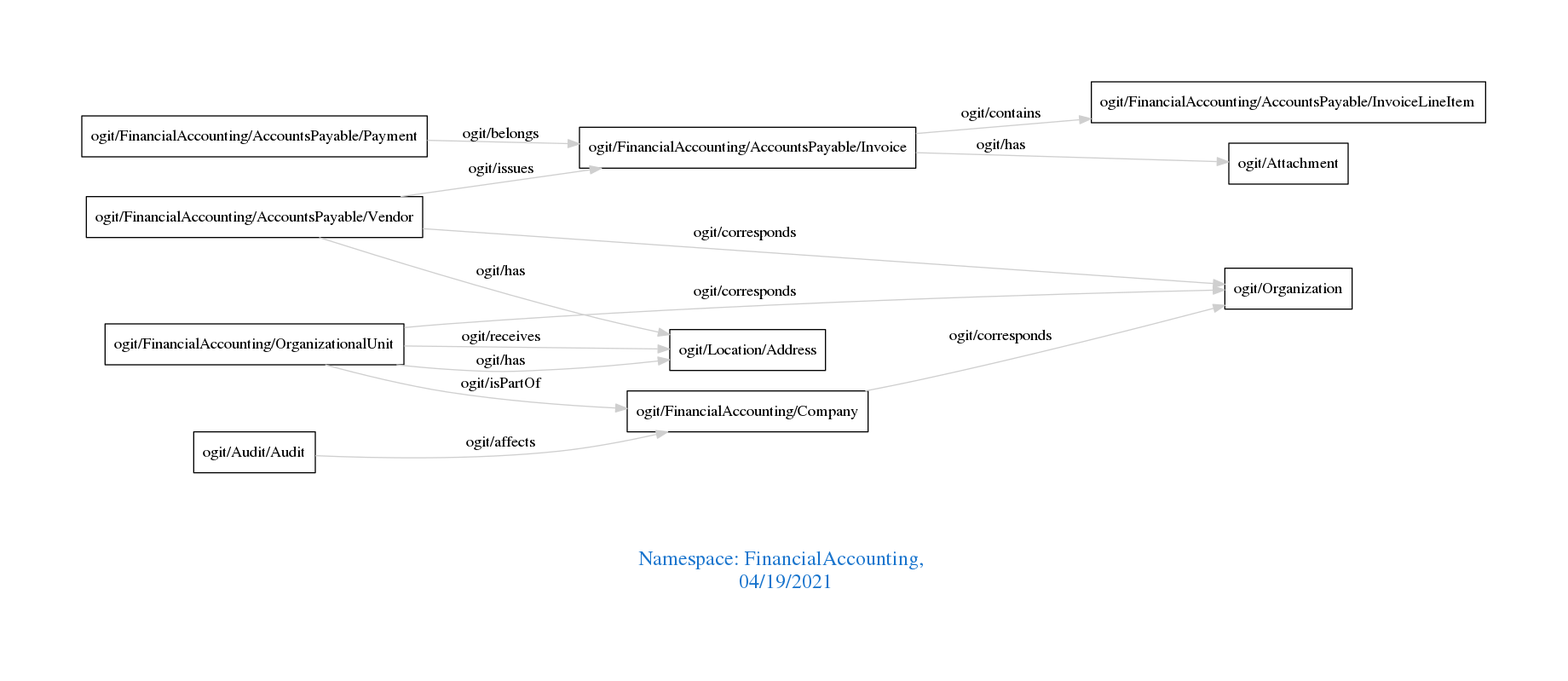
Before: downloads/FinancialAccounting.png, a diagram exported from Graphviz (arago/OGIT). Its source is kept beside it as downloads/FinancialAccounting.dot.
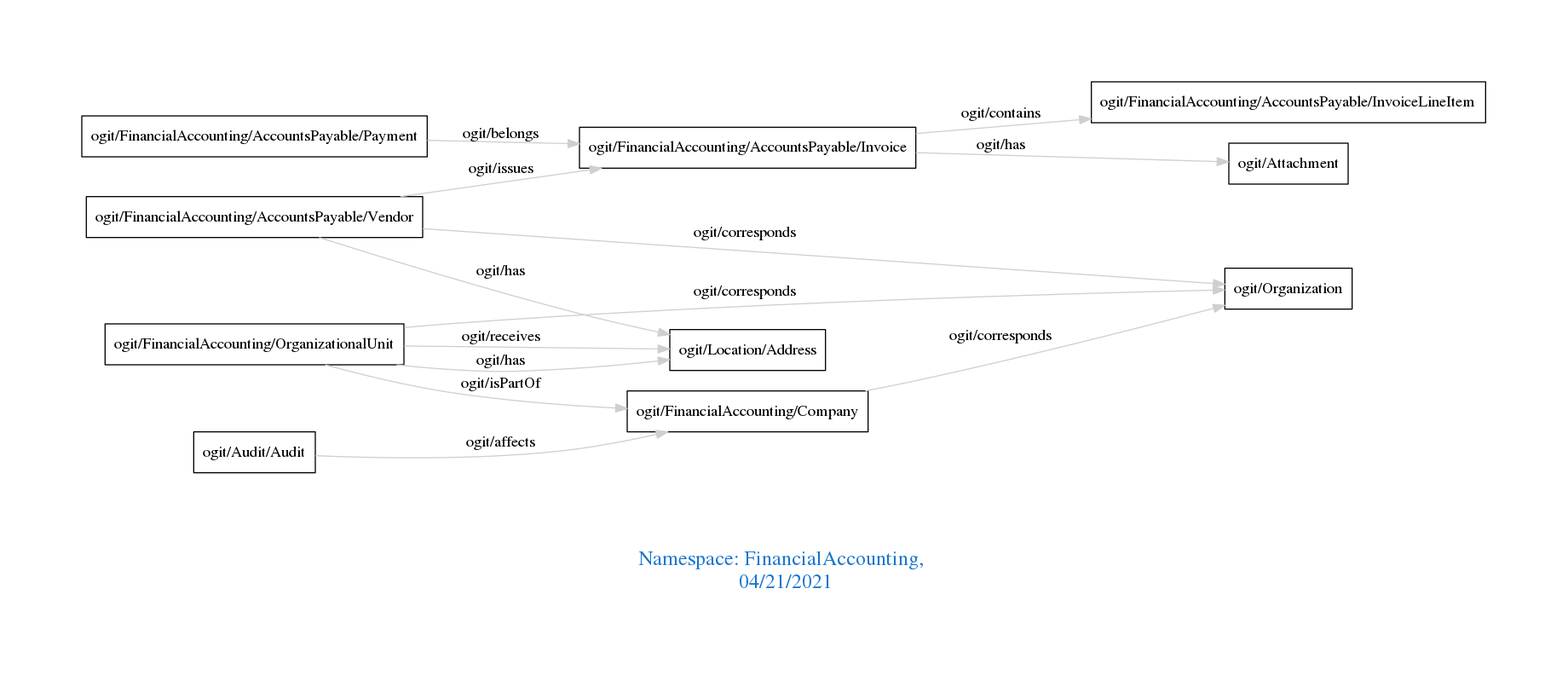
The same diagram one commit later.

What changed in the source:
```diff
@@ -1,7 +1,7 @@
 digraph OGIT_ontology {
  graph [ rankdir= LR,pad=1
 fontsize = 18,
-fontcolor= dodgerblue3,label = "\n\n\nNamespace: FinancialAccounting, \n 04/19/2021"];
+fontcolor= dodgerblue3,label = "\n\n\nNamespace: FinancialAccounting, \n 04/21/2021"];
 node[shape=polygon];
 edge [  color="gray81"];
 
```
